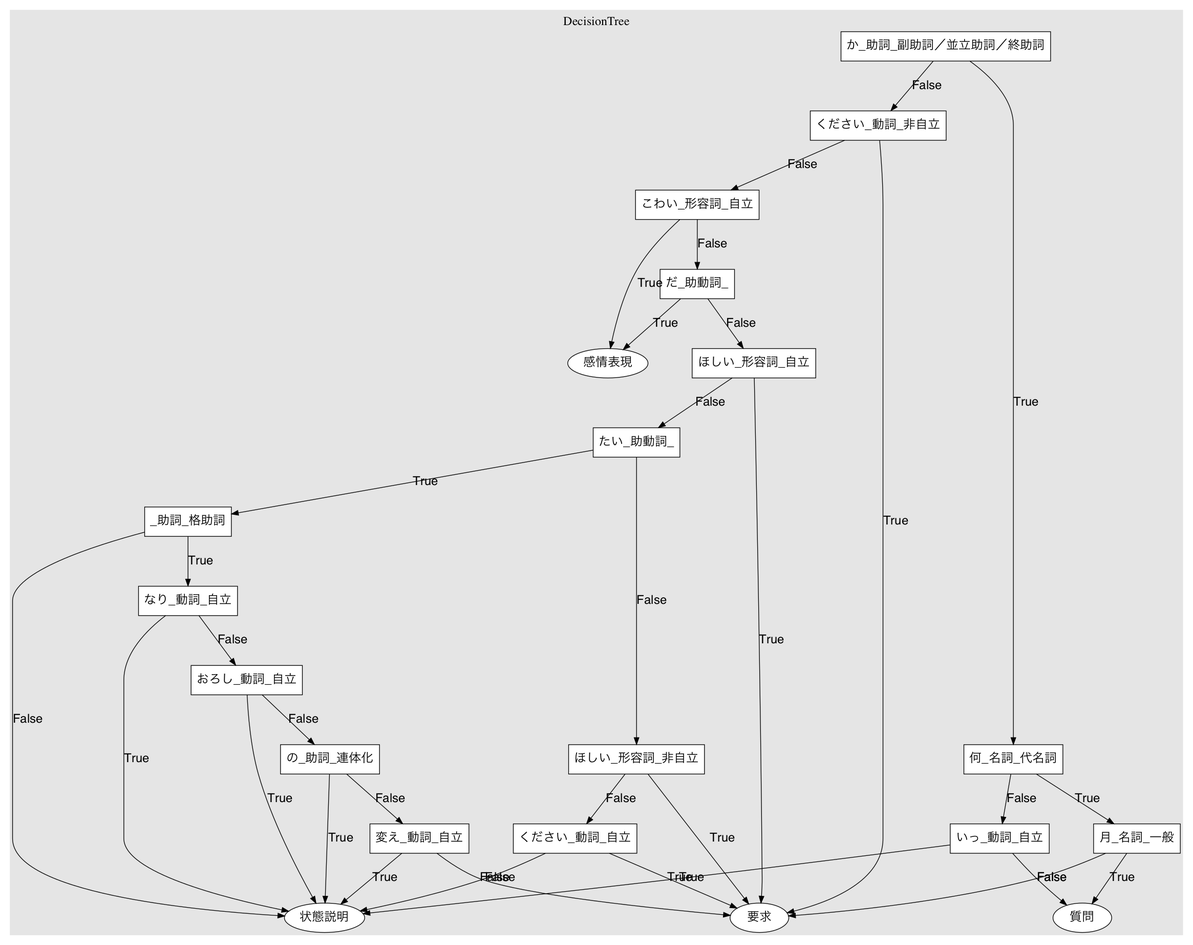
Earlier version of the Graphviz export DecisionTree/dtree.png (una1veritas/Workspace). Its source is kept beside it as DecisionTree/dtree.dot.
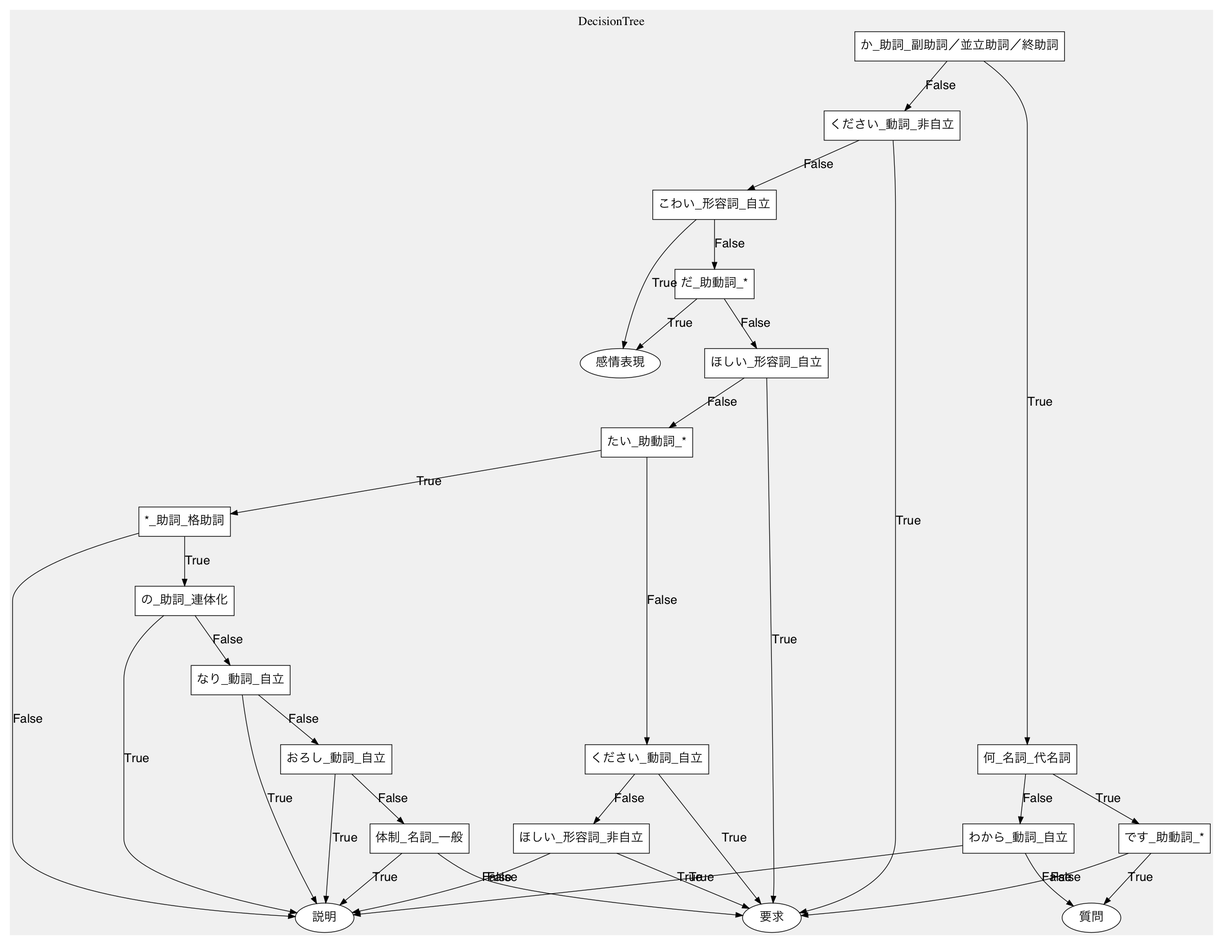
The same file after the commit.

Change to the diagram source:
```diff
@@ -4,7 +4,7 @@
     label = "DecisionTree",
     labelloc = "t",
     labeljust = "c",
-    bgcolor = "#e5e5e5",
+    bgcolor = "#f0f0f0",
     fontcolor = black,
     fontsize = 18,
     style = "filled",
@@ -38,52 +38,52 @@
       labeldistance = 2.5,
       labelangle = 70
     ];
-  か_助詞_副助詞／並立助詞／終助詞 [shape = box];
-  ください_動詞_非自立 [shape = box];
-  こわい_形容詞_自立 [shape = box];
-  だ_助動詞_ [shape = box];
-  ほしい_形容詞_自立 [shape = box];
-  たい_助動詞_ [shape = box];
-  _助詞_格助詞 [shape = box];
-  なり_動詞_自立 [shape = box];
-  おろし_動詞_自立 [shape = box];
-  の_助詞_連体化 [shape = box];
-  変え_動詞_自立 [shape = box];
-  ほしい_形容詞_非自立 [shape = box];
-  ください_動詞_自立 [shape = box];
-  何_名詞_代名詞 [shape = box];
-  いっ_動詞_自立 [shape = box];
-  月_名詞_一般 [shape = box];
-  か_助詞_副助詞／並立助詞／終助詞 -> ください_動詞_非自立 [label = "False", arrowhead = normal];
-  か_助詞_副助詞／並立助詞／終助詞 -> 何_名詞_代名詞 [label = "True", arrowhead = normal];
-  ください_動詞_非自立 -> こわい_形容詞_自立 [label = "False", arrowhead = normal];
-  ください_動詞_非自立 -> 要求 [label = "True", arrowhead = normal];
-  こわい_形容詞_自立 -> だ_助動詞_ [label = "False", arrowhead = normal];
-  こわい_形容詞_自立 -> 感情表現 [label = "True", arrowhead = normal];
-  だ_助動詞_ -> ほしい_形容詞_自立 [label = "False", arrowhead = normal];
-  だ_助動詞_ -> 感情表現 [label = "True", arrowhead = normal];
-  ほしい_形容詞_自立 -> 要求 [label = "True", arrowhead = normal];
-  ほしい_形容詞_自立 -> たい_助動詞_ [label = "False", arrowhead = normal];
-  たい_助動詞_ -> _助詞_格助詞 [label = "True", arrowhead = normal];
-  たい_助動詞_ -> ほしい_形容詞_非自立 [label = "False", arrowhead = normal];
-  _助詞_格助詞 -> なり_動詞_自立 [label = "True", arrowhead = normal];
-  _助詞_格助詞 -> 状態説明 [label = "False", arrowhead = normal];
-  なり_動詞_自立 -> おろし_動詞_自立 [label = "False", arrowhead = normal];
-  なり_動詞_自立 -> 状態説明 [label = "True", arrowhead = normal];
-  おろし_動詞_自立 -> の_助詞_連体化 [label = "False", arrowhead = normal];
-  おろし_動詞_自立 -> 状態説明 [label = "True", arrowhead = normal];
-  の_助詞_連体化 -> 変え_動詞_自立 [label = "False", arrowhead = normal];
-  の_助詞_連体化 -> 状態説明 [label = "True", arrowhead = normal];
-  変え_動詞_自立 -> 要求 [label = "False", arrowhead = normal];
-  変え_動詞_自立 -> 状態説明 [label = "True", arrowhead = normal];
-  ほしい_形容詞_非自立 -> 要求 [label = "True", arrowhead = normal];
-  ほしい_形容詞_非自立 -> ください_動詞_自立 [label = "False", arrowhead = normal];
-  ください_動詞_自立 -> 状態説明 [label = "False", arrowhead = normal];
-  ください_動詞_自立 -> 要求 [label = "True", arrowhead = normal];
-  何_名詞_代名詞 -> いっ_動詞_自立 [label = "False", arrowhead = normal];
-  何_名詞_代名詞 -> 月_名詞_一般 [label = "True", arrowhead = normal];
-  いっ_動詞_自立 -> 質問 [label = "False", arrowhead = normal];
-  いっ_動詞_自立 -> 状態説明 [label = "True", arrowhead = normal];
-  月_名詞_一般 -> 要求 [label = "False", arrowhead = normal];
-  月_名詞_一般 -> 質問 [label = "True", arrowhead = normal];
+  "か_助詞_副助詞／並立助詞／終助詞" [shape = box];
+  "ください_動詞_非自立" [shape = box];
+  "こわい_形容詞_自立" [shape = box];
+  "だ_助動詞_*" [shape = box];
+  "ほしい_形容詞_自立" [shape = box];
+  "たい_助動詞_*" [shape = box];
+  "*_助詞_格助詞" [shape = box];
+  "の_助詞_連体化" [shape = box];
+  "なり_動詞_自立" [shape = box];
+  "おろし_動詞_自立" [shape = box];
+  "体制_名詞_一般" [shape = box];
+  "ください_動詞_自立" [shape = box];
+  "ほしい_形容詞_非自立" [shape = box];
+  "何_名詞_代名詞" [shape = box];
+  "わから_動詞_自立" [shape = box];
+  "です_助動詞_*" [shape = box];
+  "か_助詞_副助詞／並立助詞／終助詞" -> "ください_動詞_非自立" [label = "False", arrowhead = normal];
+  "か_助詞_副助詞／並立助詞／終助詞" -> "何_名詞_代名詞" [label = "True", arrowhead = normal];
+  "ください_動詞_非自立" -> "こわい_形容詞_自立" [label = "False", arrowhead = normal];
+  "ください_動詞_非自立" -> "要求" [label = "True", arrowhead = normal];
+  "こわい_形容詞_自立" -> "だ_助動詞_*" [label = "False", arrowhead = normal];
+  "こわい_形容詞_自立" -> "感情表現" [label = "True", arrowhead = normal];
+  "だ_助動詞_*" -> "ほしい_形容詞_自立" [label = "False", arrowhead = normal];
+  "だ_助動詞_*" -> "感情表現" [label = "True", arrowhead = normal];
+  "ほしい_形容詞_自立" -> "要求" [label = "True", arrowhead = normal];
+  "ほしい_形容詞_自立" -> "たい_助動詞_*" [label = "False", arrowhead = normal];
+  "たい_助動詞_*" -> "*_助詞_格助詞" [label = "True", arrowhead = normal];
+  "たい_助動詞_*" -> "ください_動詞_自立" [label = "False", arrowhead = normal];
+  "*_助詞_格助詞" -> "の_助詞_連体化" [label = "True", arrowhead = normal];
+  "*_助詞_格助詞" -> "説明" [label = "False", arrowhead = normal];
+  "の_助詞_連体化" -> "なり_動詞_自立" [label = "False", arrowhead = normal];
+  "の_助詞_連体化" -> "説明" [label = "True", arrowhead = normal];
+  "なり_動詞_自立" -> "おろし_動詞_自立" [label = "False", arrowhead = normal];
+  "なり_動詞_自立" -> "説明" [label = "True", arrowhead = normal];
+  "おろし_動詞_自立" -> "体制_名詞_一般" [label = "False", arrowhead = normal];
+  "おろし_動詞_自立" -> "説明" [label = "True", arrowhead = normal];
+  "体制_名詞_一般" -> "要求" [label = "False", arrowhead = normal];
+  "体制_名詞_一般" -> "説明" [label = "True", arrowhead = normal];
+  "ください_動詞_自立" -> "ほしい_形容詞_非自立" [label = "False", arrowhead = normal];
+  "ください_動詞_自立" -> "要求" [label = "True", arrowhead = normal];
+  "ほしい_形容詞_非自立" -> "要求" [label = "True", arrowhead = normal];
+  "ほしい_形容詞_非自立" -> "説明" [label = "False", arrowhead = normal];
+  "何_名詞_代名詞" -> "わから_動詞_自立" [label = "False", arrowhead = normal];
+  "何_名詞_代名詞" -> "です_助動詞_*" [label = "True", arrowhead = normal];
+  "わから_動詞_自立" -> "質問" [label = "False", arrowhead = normal];
+  "わから_動詞_自立" -> "説明" [label = "True", arrowhead = normal];
+  "です_助動詞_*" -> "要求" [label = "False", arrowhead = normal];
+  "です_助動詞_*" -> "質問" [label = "True", arrowhead = normal];
  }
```
